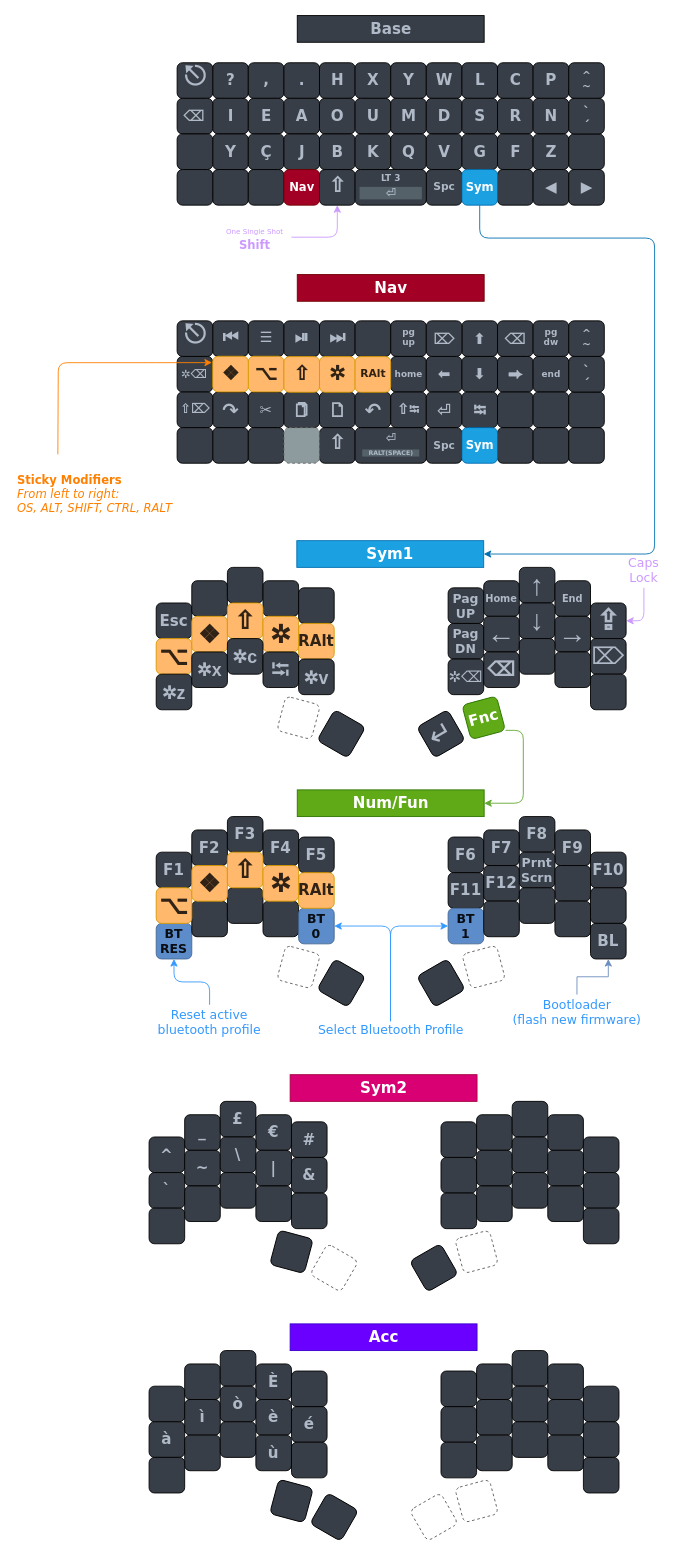
DropDeadAlex/sys-customs keeps this draw.io diagram as Keyboards/diagram/CSTC40 - QWERTY.drawio. Above is the earlier version. Source tidied: cells renumbered, new cells numbered last; positions are measured from the earlier drawing's top-left corner, leaving out a move shared by most shapes. Both pictures are drawn from the tidied source at 89%, with x=0, y=0 at pixel (15, 15).
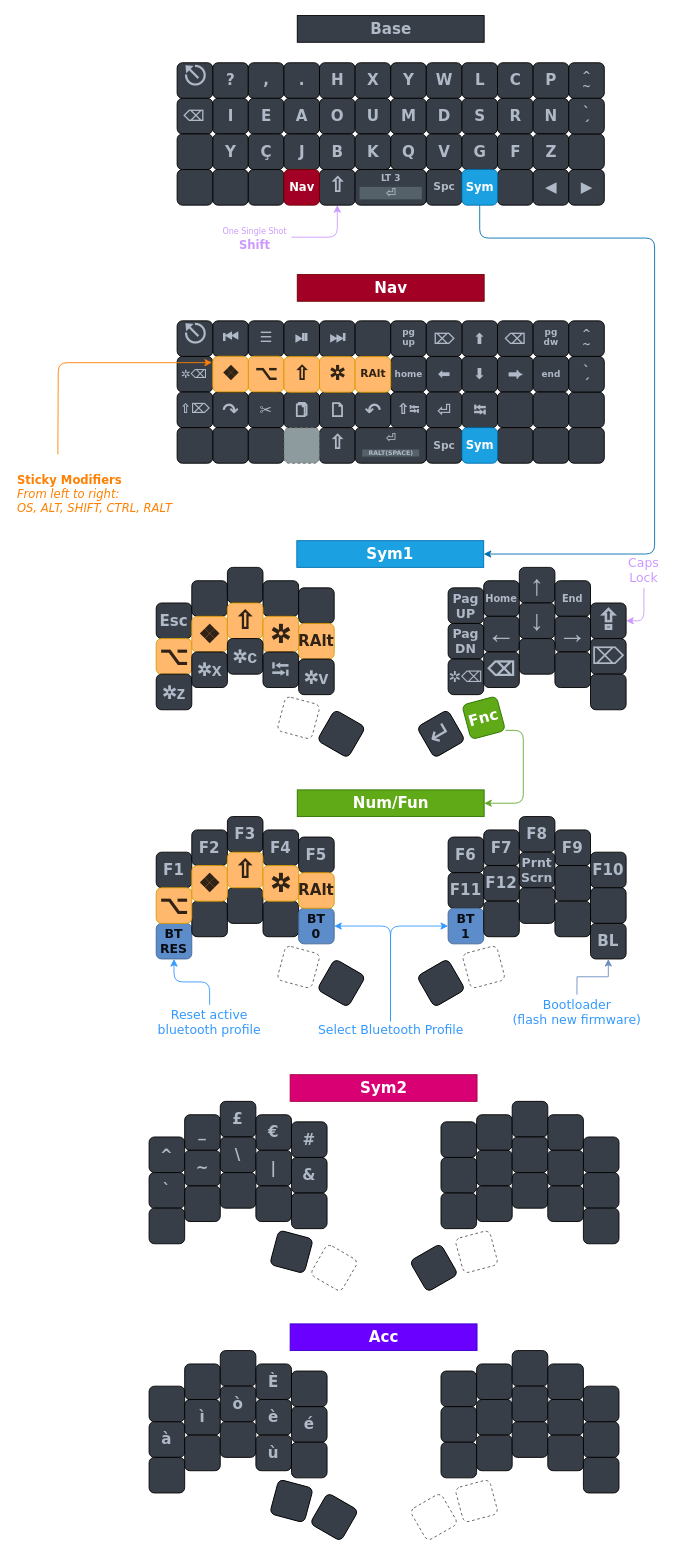
The same diagram, later.

The edit, as a diff of the source:
```diff
@@
-    <mxCell id="255" value="&lt;font style=&quot;font-size: 8px;&quot;&gt;One Single Shot&lt;/font&gt;&lt;br&gt;&lt;font size=&quot;1&quot; style=&quot;&quot;&gt;&lt;b style=&quot;font-size: 13px;&quot;&gt;Shift&lt;/b&gt;&lt;/font&gt;" style="text;html=1;align=center;verticalAlign=middle;whiteSpace=wrap;rounded=0;shadow=0;glass=0;sketch=0;fontFamily=Verdana;fontSize=14;fillColor=none;fontColor=#CC99FF;" parent="1" vertex="1">
+    <mxCell id="255" value="&lt;font style=&quot;font-size: 9px;&quot;&gt;One Single Shot&lt;/font&gt;&lt;br&gt;&lt;font size=&quot;1&quot; style=&quot;&quot;&gt;&lt;b style=&quot;font-size: 13px;&quot;&gt;Shift&lt;/b&gt;&lt;/font&gt;" style="text;html=1;align=center;verticalAlign=middle;whiteSpace=wrap;rounded=0;shadow=0;glass=0;sketch=0;fontFamily=Verdana;fontSize=14;fillColor=none;fontColor=#CC99FF;" parent="1" vertex="1">
       <mxGeometry x="226.5" y="234" width="83.5" height="30" as="geometry" />
     </mxCell>
```
